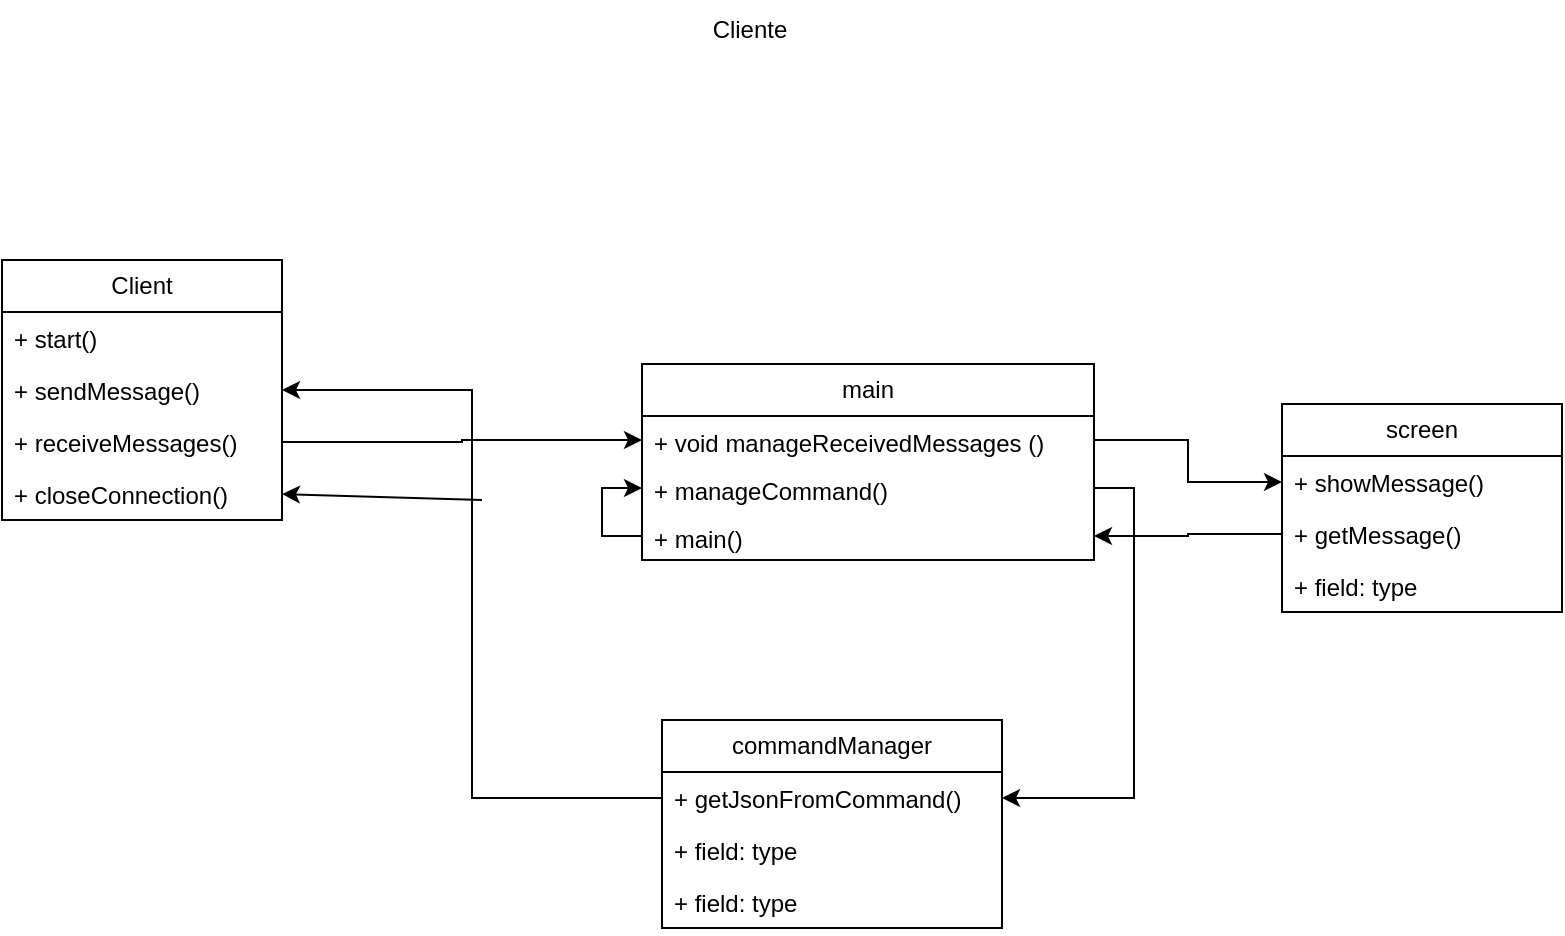
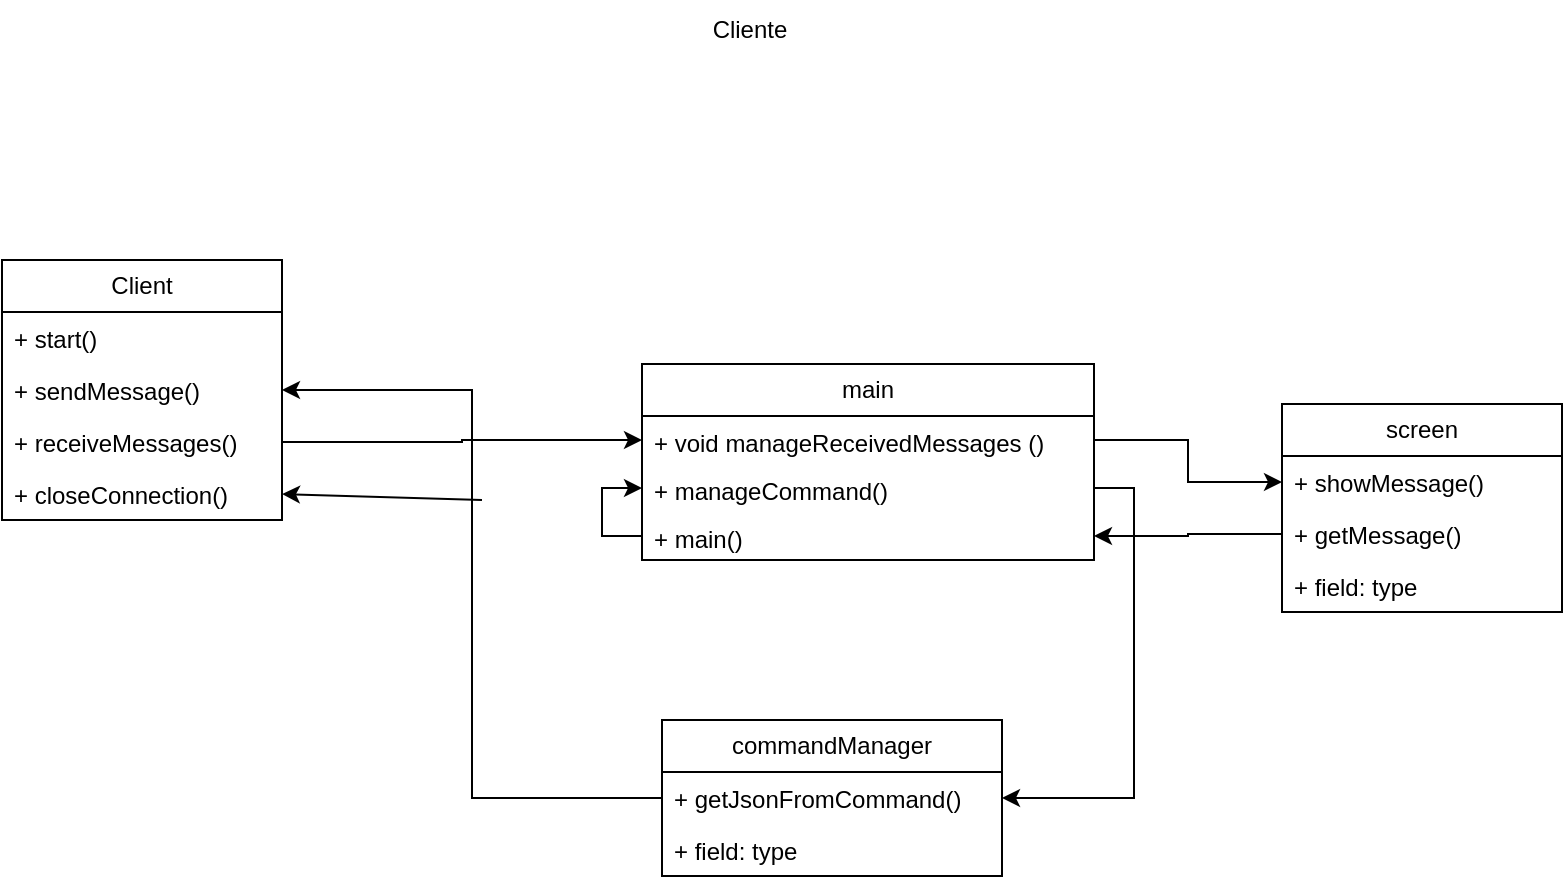
<mxfile host="app.diagrams.net" agent="Mozilla/5.0 (X11; Linux x86_64) AppleWebKit/537.36 (KHTML, like Gecko) Chrome/131.0.0.0 Safari/537.36" version="27.0.6" pages="2">
  <diagram id="C5RBs43oDa-KdzZeNtuy" name="Page-1">
-     <mxGraphModel dx="1428" dy="793" grid="1" gridSize="10" guides="1" tooltips="1" connect="1" arrows="1" fold="1" page="1" pageScale="1" pageWidth="827" pageHeight="1169" math="0" shadow="0">
+     <mxGraphModel dx="1426" dy="793" grid="1" gridSize="10" guides="1" tooltips="1" connect="1" arrows="1" fold="1" page="1" pageScale="1" pageWidth="827" pageHeight="1169" math="0" shadow="0">
      <root>
        <mxCell id="WIyWlLk6GJQsqaUBKTNV-0" />
        <mxCell id="WIyWlLk6GJQsqaUBKTNV-1" parent="WIyWlLk6GJQsqaUBKTNV-0" />
-         <mxCell id="VFkRsNv_Y61AjSzcScrJ-1" value="Cliente" style="text;html=1;align=center;verticalAlign=middle;whiteSpace=wrap;rounded=0;" vertex="1" parent="WIyWlLk6GJQsqaUBKTNV-1">
+         <mxCell id="VFkRsNv_Y61AjSzcScrJ-1" value="Cliente" style="text;html=1;align=center;verticalAlign=middle;whiteSpace=wrap;rounded=0;" parent="WIyWlLk6GJQsqaUBKTNV-1" vertex="1">
          <mxGeometry x="354" y="30" width="60" height="30" as="geometry" />
        </mxCell>
-         <mxCell id="VFkRsNv_Y61AjSzcScrJ-2" value="main" style="swimlane;fontStyle=0;childLayout=stackLayout;horizontal=1;startSize=26;fillColor=none;horizontalStack=0;resizeParent=1;resizeParentMax=0;resizeLast=0;collapsible=1;marginBottom=0;whiteSpace=wrap;html=1;" vertex="1" parent="WIyWlLk6GJQsqaUBKTNV-1">
+         <mxCell id="VFkRsNv_Y61AjSzcScrJ-2" value="main" style="swimlane;fontStyle=0;childLayout=stackLayout;horizontal=1;startSize=26;fillColor=none;horizontalStack=0;resizeParent=1;resizeParentMax=0;resizeLast=0;collapsible=1;marginBottom=0;whiteSpace=wrap;html=1;" parent="WIyWlLk6GJQsqaUBKTNV-1" vertex="1">
          <mxGeometry x="330" y="212" width="226" height="98" as="geometry" />
        </mxCell>
-         <mxCell id="VFkRsNv_Y61AjSzcScrJ-12" value="+ void manageReceivedMessages ()" style="text;strokeColor=none;fillColor=none;align=left;verticalAlign=top;spacingLeft=4;spacingRight=4;overflow=hidden;rotatable=0;points=[[0,0.5],[1,0.5]];portConstraint=eastwest;whiteSpace=wrap;html=1;" vertex="1" parent="VFkRsNv_Y61AjSzcScrJ-2">
+         <mxCell id="VFkRsNv_Y61AjSzcScrJ-12" value="+ void manageReceivedMessages ()" style="text;strokeColor=none;fillColor=none;align=left;verticalAlign=top;spacingLeft=4;spacingRight=4;overflow=hidden;rotatable=0;points=[[0,0.5],[1,0.5]];portConstraint=eastwest;whiteSpace=wrap;html=1;" parent="VFkRsNv_Y61AjSzcScrJ-2" vertex="1">
          <mxGeometry y="26" width="226" height="24" as="geometry" />
        </mxCell>
-         <mxCell id="VFkRsNv_Y61AjSzcScrJ-13" value="+ manageCommand()" style="text;strokeColor=none;fillColor=none;align=left;verticalAlign=top;spacingLeft=4;spacingRight=4;overflow=hidden;rotatable=0;points=[[0,0.5],[1,0.5]];portConstraint=eastwest;whiteSpace=wrap;html=1;" vertex="1" parent="VFkRsNv_Y61AjSzcScrJ-2">
+         <mxCell id="VFkRsNv_Y61AjSzcScrJ-13" value="+ manageCommand()" style="text;strokeColor=none;fillColor=none;align=left;verticalAlign=top;spacingLeft=4;spacingRight=4;overflow=hidden;rotatable=0;points=[[0,0.5],[1,0.5]];portConstraint=eastwest;whiteSpace=wrap;html=1;" parent="VFkRsNv_Y61AjSzcScrJ-2" vertex="1">
          <mxGeometry y="50" width="226" height="24" as="geometry" />
        </mxCell>
-         <mxCell id="VFkRsNv_Y61AjSzcScrJ-29" style="edgeStyle=orthogonalEdgeStyle;rounded=0;orthogonalLoop=1;jettySize=auto;html=1;exitX=0;exitY=0.5;exitDx=0;exitDy=0;" edge="1" parent="VFkRsNv_Y61AjSzcScrJ-2" source="VFkRsNv_Y61AjSzcScrJ-18" target="VFkRsNv_Y61AjSzcScrJ-13">
+         <mxCell id="VFkRsNv_Y61AjSzcScrJ-29" style="edgeStyle=orthogonalEdgeStyle;rounded=0;orthogonalLoop=1;jettySize=auto;html=1;exitX=0;exitY=0.5;exitDx=0;exitDy=0;" parent="VFkRsNv_Y61AjSzcScrJ-2" source="VFkRsNv_Y61AjSzcScrJ-18" target="VFkRsNv_Y61AjSzcScrJ-13" edge="1">
          <mxGeometry relative="1" as="geometry" />
        </mxCell>
-         <mxCell id="VFkRsNv_Y61AjSzcScrJ-18" value="+ main()" style="text;strokeColor=none;fillColor=none;align=left;verticalAlign=top;spacingLeft=4;spacingRight=4;overflow=hidden;rotatable=0;points=[[0,0.5],[1,0.5]];portConstraint=eastwest;whiteSpace=wrap;html=1;" vertex="1" parent="VFkRsNv_Y61AjSzcScrJ-2">
+         <mxCell id="VFkRsNv_Y61AjSzcScrJ-18" value="+ main()" style="text;strokeColor=none;fillColor=none;align=left;verticalAlign=top;spacingLeft=4;spacingRight=4;overflow=hidden;rotatable=0;points=[[0,0.5],[1,0.5]];portConstraint=eastwest;whiteSpace=wrap;html=1;" parent="VFkRsNv_Y61AjSzcScrJ-2" vertex="1">
          <mxGeometry y="74" width="226" height="24" as="geometry" />
        </mxCell>
-         <mxCell id="VFkRsNv_Y61AjSzcScrJ-14" value="Client" style="swimlane;fontStyle=0;childLayout=stackLayout;horizontal=1;startSize=26;fillColor=none;horizontalStack=0;resizeParent=1;resizeParentMax=0;resizeLast=0;collapsible=1;marginBottom=0;whiteSpace=wrap;html=1;" vertex="1" parent="WIyWlLk6GJQsqaUBKTNV-1">
+         <mxCell id="VFkRsNv_Y61AjSzcScrJ-14" value="Client" style="swimlane;fontStyle=0;childLayout=stackLayout;horizontal=1;startSize=26;fillColor=none;horizontalStack=0;resizeParent=1;resizeParentMax=0;resizeLast=0;collapsible=1;marginBottom=0;whiteSpace=wrap;html=1;" parent="WIyWlLk6GJQsqaUBKTNV-1" vertex="1">
          <mxGeometry x="10" y="160" width="140" height="130" as="geometry" />
        </mxCell>
-         <mxCell id="VFkRsNv_Y61AjSzcScrJ-15" value="+ start()" style="text;strokeColor=none;fillColor=none;align=left;verticalAlign=top;spacingLeft=4;spacingRight=4;overflow=hidden;rotatable=0;points=[[0,0.5],[1,0.5]];portConstraint=eastwest;whiteSpace=wrap;html=1;" vertex="1" parent="VFkRsNv_Y61AjSzcScrJ-14">
+         <mxCell id="VFkRsNv_Y61AjSzcScrJ-15" value="+ start()" style="text;strokeColor=none;fillColor=none;align=left;verticalAlign=top;spacingLeft=4;spacingRight=4;overflow=hidden;rotatable=0;points=[[0,0.5],[1,0.5]];portConstraint=eastwest;whiteSpace=wrap;html=1;" parent="VFkRsNv_Y61AjSzcScrJ-14" vertex="1">
          <mxGeometry y="26" width="140" height="26" as="geometry" />
        </mxCell>
-         <mxCell id="VFkRsNv_Y61AjSzcScrJ-16" value="+ sendMessage()" style="text;strokeColor=none;fillColor=none;align=left;verticalAlign=top;spacingLeft=4;spacingRight=4;overflow=hidden;rotatable=0;points=[[0,0.5],[1,0.5]];portConstraint=eastwest;whiteSpace=wrap;html=1;" vertex="1" parent="VFkRsNv_Y61AjSzcScrJ-14">
+         <mxCell id="VFkRsNv_Y61AjSzcScrJ-16" value="+ sendMessage()" style="text;strokeColor=none;fillColor=none;align=left;verticalAlign=top;spacingLeft=4;spacingRight=4;overflow=hidden;rotatable=0;points=[[0,0.5],[1,0.5]];portConstraint=eastwest;whiteSpace=wrap;html=1;" parent="VFkRsNv_Y61AjSzcScrJ-14" vertex="1">
          <mxGeometry y="52" width="140" height="26" as="geometry" />
        </mxCell>
-         <mxCell id="VFkRsNv_Y61AjSzcScrJ-17" value="+&amp;nbsp;receiveMessages()" style="text;strokeColor=none;fillColor=none;align=left;verticalAlign=top;spacingLeft=4;spacingRight=4;overflow=hidden;rotatable=0;points=[[0,0.5],[1,0.5]];portConstraint=eastwest;whiteSpace=wrap;html=1;" vertex="1" parent="VFkRsNv_Y61AjSzcScrJ-14">
+         <mxCell id="VFkRsNv_Y61AjSzcScrJ-17" value="+&amp;nbsp;receiveMessages()" style="text;strokeColor=none;fillColor=none;align=left;verticalAlign=top;spacingLeft=4;spacingRight=4;overflow=hidden;rotatable=0;points=[[0,0.5],[1,0.5]];portConstraint=eastwest;whiteSpace=wrap;html=1;" parent="VFkRsNv_Y61AjSzcScrJ-14" vertex="1">
          <mxGeometry y="78" width="140" height="26" as="geometry" />
        </mxCell>
-         <mxCell id="VFkRsNv_Y61AjSzcScrJ-23" value="+ closeConnection()" style="text;strokeColor=none;fillColor=none;align=left;verticalAlign=top;spacingLeft=4;spacingRight=4;overflow=hidden;rotatable=0;points=[[0,0.5],[1,0.5]];portConstraint=eastwest;whiteSpace=wrap;html=1;" vertex="1" parent="VFkRsNv_Y61AjSzcScrJ-14">
+         <mxCell id="VFkRsNv_Y61AjSzcScrJ-23" value="+ closeConnection()" style="text;strokeColor=none;fillColor=none;align=left;verticalAlign=top;spacingLeft=4;spacingRight=4;overflow=hidden;rotatable=0;points=[[0,0.5],[1,0.5]];portConstraint=eastwest;whiteSpace=wrap;html=1;" parent="VFkRsNv_Y61AjSzcScrJ-14" vertex="1">
          <mxGeometry y="104" width="140" height="26" as="geometry" />
        </mxCell>
-         <mxCell id="VFkRsNv_Y61AjSzcScrJ-19" value="screen" style="swimlane;fontStyle=0;childLayout=stackLayout;horizontal=1;startSize=26;fillColor=none;horizontalStack=0;resizeParent=1;resizeParentMax=0;resizeLast=0;collapsible=1;marginBottom=0;whiteSpace=wrap;html=1;" vertex="1" parent="WIyWlLk6GJQsqaUBKTNV-1">
+         <mxCell id="VFkRsNv_Y61AjSzcScrJ-19" value="screen" style="swimlane;fontStyle=0;childLayout=stackLayout;horizontal=1;startSize=26;fillColor=none;horizontalStack=0;resizeParent=1;resizeParentMax=0;resizeLast=0;collapsible=1;marginBottom=0;whiteSpace=wrap;html=1;" parent="WIyWlLk6GJQsqaUBKTNV-1" vertex="1">
          <mxGeometry x="650" y="232" width="140" height="104" as="geometry" />
        </mxCell>
-         <mxCell id="VFkRsNv_Y61AjSzcScrJ-20" value="+ showMessage()" style="text;strokeColor=none;fillColor=none;align=left;verticalAlign=top;spacingLeft=4;spacingRight=4;overflow=hidden;rotatable=0;points=[[0,0.5],[1,0.5]];portConstraint=eastwest;whiteSpace=wrap;html=1;" vertex="1" parent="VFkRsNv_Y61AjSzcScrJ-19">
+         <mxCell id="VFkRsNv_Y61AjSzcScrJ-20" value="+ showMessage()" style="text;strokeColor=none;fillColor=none;align=left;verticalAlign=top;spacingLeft=4;spacingRight=4;overflow=hidden;rotatable=0;points=[[0,0.5],[1,0.5]];portConstraint=eastwest;whiteSpace=wrap;html=1;" parent="VFkRsNv_Y61AjSzcScrJ-19" vertex="1">
          <mxGeometry y="26" width="140" height="26" as="geometry" />
        </mxCell>
-         <mxCell id="VFkRsNv_Y61AjSzcScrJ-21" value="+ getMessage()&lt;span style=&quot;white-space: pre;&quot;&gt;&#x9;&lt;/span&gt;" style="text;strokeColor=none;fillColor=none;align=left;verticalAlign=top;spacingLeft=4;spacingRight=4;overflow=hidden;rotatable=0;points=[[0,0.5],[1,0.5]];portConstraint=eastwest;whiteSpace=wrap;html=1;" vertex="1" parent="VFkRsNv_Y61AjSzcScrJ-19">
+         <mxCell id="VFkRsNv_Y61AjSzcScrJ-21" value="+ getMessage()&lt;span style=&quot;white-space: pre;&quot;&gt;&#x9;&lt;/span&gt;" style="text;strokeColor=none;fillColor=none;align=left;verticalAlign=top;spacingLeft=4;spacingRight=4;overflow=hidden;rotatable=0;points=[[0,0.5],[1,0.5]];portConstraint=eastwest;whiteSpace=wrap;html=1;" parent="VFkRsNv_Y61AjSzcScrJ-19" vertex="1">
          <mxGeometry y="52" width="140" height="26" as="geometry" />
        </mxCell>
-         <mxCell id="VFkRsNv_Y61AjSzcScrJ-22" value="+ field: type" style="text;strokeColor=none;fillColor=none;align=left;verticalAlign=top;spacingLeft=4;spacingRight=4;overflow=hidden;rotatable=0;points=[[0,0.5],[1,0.5]];portConstraint=eastwest;whiteSpace=wrap;html=1;" vertex="1" parent="VFkRsNv_Y61AjSzcScrJ-19">
+         <mxCell id="VFkRsNv_Y61AjSzcScrJ-22" value="+ field: type" style="text;strokeColor=none;fillColor=none;align=left;verticalAlign=top;spacingLeft=4;spacingRight=4;overflow=hidden;rotatable=0;points=[[0,0.5],[1,0.5]];portConstraint=eastwest;whiteSpace=wrap;html=1;" parent="VFkRsNv_Y61AjSzcScrJ-19" vertex="1">
          <mxGeometry y="78" width="140" height="26" as="geometry" />
        </mxCell>
-         <mxCell id="VFkRsNv_Y61AjSzcScrJ-26" style="edgeStyle=orthogonalEdgeStyle;rounded=0;orthogonalLoop=1;jettySize=auto;html=1;exitX=1;exitY=0.5;exitDx=0;exitDy=0;" edge="1" parent="WIyWlLk6GJQsqaUBKTNV-1" source="VFkRsNv_Y61AjSzcScrJ-17" target="VFkRsNv_Y61AjSzcScrJ-12">
+         <mxCell id="VFkRsNv_Y61AjSzcScrJ-26" style="edgeStyle=orthogonalEdgeStyle;rounded=0;orthogonalLoop=1;jettySize=auto;html=1;exitX=1;exitY=0.5;exitDx=0;exitDy=0;" parent="WIyWlLk6GJQsqaUBKTNV-1" source="VFkRsNv_Y61AjSzcScrJ-17" target="VFkRsNv_Y61AjSzcScrJ-12" edge="1">
          <mxGeometry relative="1" as="geometry" />
        </mxCell>
-         <mxCell id="VFkRsNv_Y61AjSzcScrJ-27" style="edgeStyle=orthogonalEdgeStyle;rounded=0;orthogonalLoop=1;jettySize=auto;html=1;exitX=1;exitY=0.5;exitDx=0;exitDy=0;" edge="1" parent="WIyWlLk6GJQsqaUBKTNV-1" source="VFkRsNv_Y61AjSzcScrJ-12" target="VFkRsNv_Y61AjSzcScrJ-20">
+         <mxCell id="VFkRsNv_Y61AjSzcScrJ-27" style="edgeStyle=orthogonalEdgeStyle;rounded=0;orthogonalLoop=1;jettySize=auto;html=1;exitX=1;exitY=0.5;exitDx=0;exitDy=0;" parent="WIyWlLk6GJQsqaUBKTNV-1" source="VFkRsNv_Y61AjSzcScrJ-12" target="VFkRsNv_Y61AjSzcScrJ-20" edge="1">
          <mxGeometry relative="1" as="geometry" />
        </mxCell>
-         <mxCell id="VFkRsNv_Y61AjSzcScrJ-28" style="edgeStyle=orthogonalEdgeStyle;rounded=0;orthogonalLoop=1;jettySize=auto;html=1;exitX=0;exitY=0.5;exitDx=0;exitDy=0;entryX=1;entryY=0.5;entryDx=0;entryDy=0;" edge="1" parent="WIyWlLk6GJQsqaUBKTNV-1" source="VFkRsNv_Y61AjSzcScrJ-21" target="VFkRsNv_Y61AjSzcScrJ-18">
+         <mxCell id="VFkRsNv_Y61AjSzcScrJ-28" style="edgeStyle=orthogonalEdgeStyle;rounded=0;orthogonalLoop=1;jettySize=auto;html=1;exitX=0;exitY=0.5;exitDx=0;exitDy=0;entryX=1;entryY=0.5;entryDx=0;entryDy=0;" parent="WIyWlLk6GJQsqaUBKTNV-1" source="VFkRsNv_Y61AjSzcScrJ-21" target="VFkRsNv_Y61AjSzcScrJ-18" edge="1">
          <mxGeometry relative="1" as="geometry" />
        </mxCell>
-         <mxCell id="VFkRsNv_Y61AjSzcScrJ-30" value="commandManager" style="swimlane;fontStyle=0;childLayout=stackLayout;horizontal=1;startSize=26;fillColor=none;horizontalStack=0;resizeParent=1;resizeParentMax=0;resizeLast=0;collapsible=1;marginBottom=0;whiteSpace=wrap;html=1;" vertex="1" parent="WIyWlLk6GJQsqaUBKTNV-1">
-           <mxGeometry x="340" y="390" width="170" height="104" as="geometry" />
+         <mxCell id="VFkRsNv_Y61AjSzcScrJ-30" value="commandManager" style="swimlane;fontStyle=0;childLayout=stackLayout;horizontal=1;startSize=26;fillColor=none;horizontalStack=0;resizeParent=1;resizeParentMax=0;resizeLast=0;collapsible=1;marginBottom=0;whiteSpace=wrap;html=1;" parent="WIyWlLk6GJQsqaUBKTNV-1" vertex="1">
+           <mxGeometry x="340" y="390" width="170" height="78" as="geometry" />
        </mxCell>
-         <mxCell id="VFkRsNv_Y61AjSzcScrJ-31" value="+ getJsonFromCommand()" style="text;strokeColor=none;fillColor=none;align=left;verticalAlign=top;spacingLeft=4;spacingRight=4;overflow=hidden;rotatable=0;points=[[0,0.5],[1,0.5]];portConstraint=eastwest;whiteSpace=wrap;html=1;" vertex="1" parent="VFkRsNv_Y61AjSzcScrJ-30">
+         <mxCell id="VFkRsNv_Y61AjSzcScrJ-31" value="+ getJsonFromCommand()" style="text;strokeColor=none;fillColor=none;align=left;verticalAlign=top;spacingLeft=4;spacingRight=4;overflow=hidden;rotatable=0;points=[[0,0.5],[1,0.5]];portConstraint=eastwest;whiteSpace=wrap;html=1;" parent="VFkRsNv_Y61AjSzcScrJ-30" vertex="1">
          <mxGeometry y="26" width="170" height="26" as="geometry" />
        </mxCell>
-         <mxCell id="VFkRsNv_Y61AjSzcScrJ-32" value="+ field: type" style="text;strokeColor=none;fillColor=none;align=left;verticalAlign=top;spacingLeft=4;spacingRight=4;overflow=hidden;rotatable=0;points=[[0,0.5],[1,0.5]];portConstraint=eastwest;whiteSpace=wrap;html=1;" vertex="1" parent="VFkRsNv_Y61AjSzcScrJ-30">
+         <mxCell id="VFkRsNv_Y61AjSzcScrJ-32" value="+ field: type" style="text;strokeColor=none;fillColor=none;align=left;verticalAlign=top;spacingLeft=4;spacingRight=4;overflow=hidden;rotatable=0;points=[[0,0.5],[1,0.5]];portConstraint=eastwest;whiteSpace=wrap;html=1;" parent="VFkRsNv_Y61AjSzcScrJ-30" vertex="1">
          <mxGeometry y="52" width="170" height="26" as="geometry" />
        </mxCell>
-         <mxCell id="VFkRsNv_Y61AjSzcScrJ-33" value="+ field: type" style="text;strokeColor=none;fillColor=none;align=left;verticalAlign=top;spacingLeft=4;spacingRight=4;overflow=hidden;rotatable=0;points=[[0,0.5],[1,0.5]];portConstraint=eastwest;whiteSpace=wrap;html=1;" vertex="1" parent="VFkRsNv_Y61AjSzcScrJ-30">
-           <mxGeometry y="78" width="170" height="26" as="geometry" />
-         </mxCell>
-         <mxCell id="VFkRsNv_Y61AjSzcScrJ-42" style="edgeStyle=orthogonalEdgeStyle;rounded=0;orthogonalLoop=1;jettySize=auto;html=1;exitX=1;exitY=0.5;exitDx=0;exitDy=0;entryX=1;entryY=0.5;entryDx=0;entryDy=0;" edge="1" parent="WIyWlLk6GJQsqaUBKTNV-1" source="VFkRsNv_Y61AjSzcScrJ-13" target="VFkRsNv_Y61AjSzcScrJ-31">
+         <mxCell id="VFkRsNv_Y61AjSzcScrJ-42" style="edgeStyle=orthogonalEdgeStyle;rounded=0;orthogonalLoop=1;jettySize=auto;html=1;exitX=1;exitY=0.5;exitDx=0;exitDy=0;entryX=1;entryY=0.5;entryDx=0;entryDy=0;" parent="WIyWlLk6GJQsqaUBKTNV-1" source="VFkRsNv_Y61AjSzcScrJ-13" target="VFkRsNv_Y61AjSzcScrJ-31" edge="1">
          <mxGeometry relative="1" as="geometry" />
        </mxCell>
-         <mxCell id="VFkRsNv_Y61AjSzcScrJ-43" style="edgeStyle=orthogonalEdgeStyle;rounded=0;orthogonalLoop=1;jettySize=auto;html=1;exitX=0;exitY=0.5;exitDx=0;exitDy=0;entryX=1;entryY=0.5;entryDx=0;entryDy=0;" edge="1" parent="WIyWlLk6GJQsqaUBKTNV-1" source="VFkRsNv_Y61AjSzcScrJ-31" target="VFkRsNv_Y61AjSzcScrJ-16">
+         <mxCell id="VFkRsNv_Y61AjSzcScrJ-43" style="edgeStyle=orthogonalEdgeStyle;rounded=0;orthogonalLoop=1;jettySize=auto;html=1;exitX=0;exitY=0.5;exitDx=0;exitDy=0;entryX=1;entryY=0.5;entryDx=0;entryDy=0;" parent="WIyWlLk6GJQsqaUBKTNV-1" source="VFkRsNv_Y61AjSzcScrJ-31" target="VFkRsNv_Y61AjSzcScrJ-16" edge="1">
          <mxGeometry relative="1" as="geometry" />
        </mxCell>
-         <mxCell id="VFkRsNv_Y61AjSzcScrJ-44" value="" style="endArrow=classic;html=1;rounded=0;entryX=1;entryY=0.5;entryDx=0;entryDy=0;" edge="1" parent="WIyWlLk6GJQsqaUBKTNV-1" target="VFkRsNv_Y61AjSzcScrJ-23">
+         <mxCell id="VFkRsNv_Y61AjSzcScrJ-44" value="" style="endArrow=classic;html=1;rounded=0;entryX=1;entryY=0.5;entryDx=0;entryDy=0;" parent="WIyWlLk6GJQsqaUBKTNV-1" target="VFkRsNv_Y61AjSzcScrJ-23" edge="1">
          <mxGeometry width="50" height="50" relative="1" as="geometry">
            <mxPoint x="250" y="280" as="sourcePoint" />
            <mxPoint x="190" y="290" as="targetPoint" />
          </mxGeometry>
        </mxCell>
      </root>
    </mxGraphModel>
  </diagram>
  <diagram id="Td0HYudv1AKiT7nZ35A3" name="Página-2">
    <mxGraphModel dx="1426" dy="793" grid="1" gridSize="10" guides="1" tooltips="1" connect="1" arrows="1" fold="1" page="1" pageScale="1" pageWidth="827" pageHeight="1169" math="0" shadow="0">
      <root>
        <mxCell id="0" />
        <mxCell id="1" parent="0" />
+         <mxCell id="bvzDfUO7SxFMQKPmySVt-1" value="main" style="swimlane;whiteSpace=wrap;html=1;" vertex="1" parent="1">
+           <mxGeometry x="370" y="210" width="120" height="60" as="geometry" />
+         </mxCell>
+         <mxCell id="_I2b88b3nhDU2Z1r04Fv-1" value="+ main" style="text;strokeColor=none;fillColor=none;align=left;verticalAlign=top;spacingLeft=4;spacingRight=4;overflow=hidden;rotatable=0;points=[[0,0.5],[1,0.5]];portConstraint=eastwest;whiteSpace=wrap;html=1;" vertex="1" parent="bvzDfUO7SxFMQKPmySVt-1">
+           <mxGeometry y="30" width="170" height="26" as="geometry" />
+         </mxCell>
+         <mxCell id="_I2b88b3nhDU2Z1r04Fv-2" value="server" style="swimlane;whiteSpace=wrap;html=1;" vertex="1" parent="1">
+           <mxGeometry x="100" y="110" width="200" height="60" as="geometry" />
+         </mxCell>
+         <mxCell id="_I2b88b3nhDU2Z1r04Fv-3" value="+ start" style="text;strokeColor=none;fillColor=none;align=left;verticalAlign=top;spacingLeft=4;spacingRight=4;overflow=hidden;rotatable=0;points=[[0,0.5],[1,0.5]];portConstraint=eastwest;whiteSpace=wrap;html=1;" vertex="1" parent="_I2b88b3nhDU2Z1r04Fv-2">
+           <mxGeometry y="30" width="170" height="26" as="geometry" />
+         </mxCell>
      </root>
    </mxGraphModel>
  </diagram>
</mxfile>
